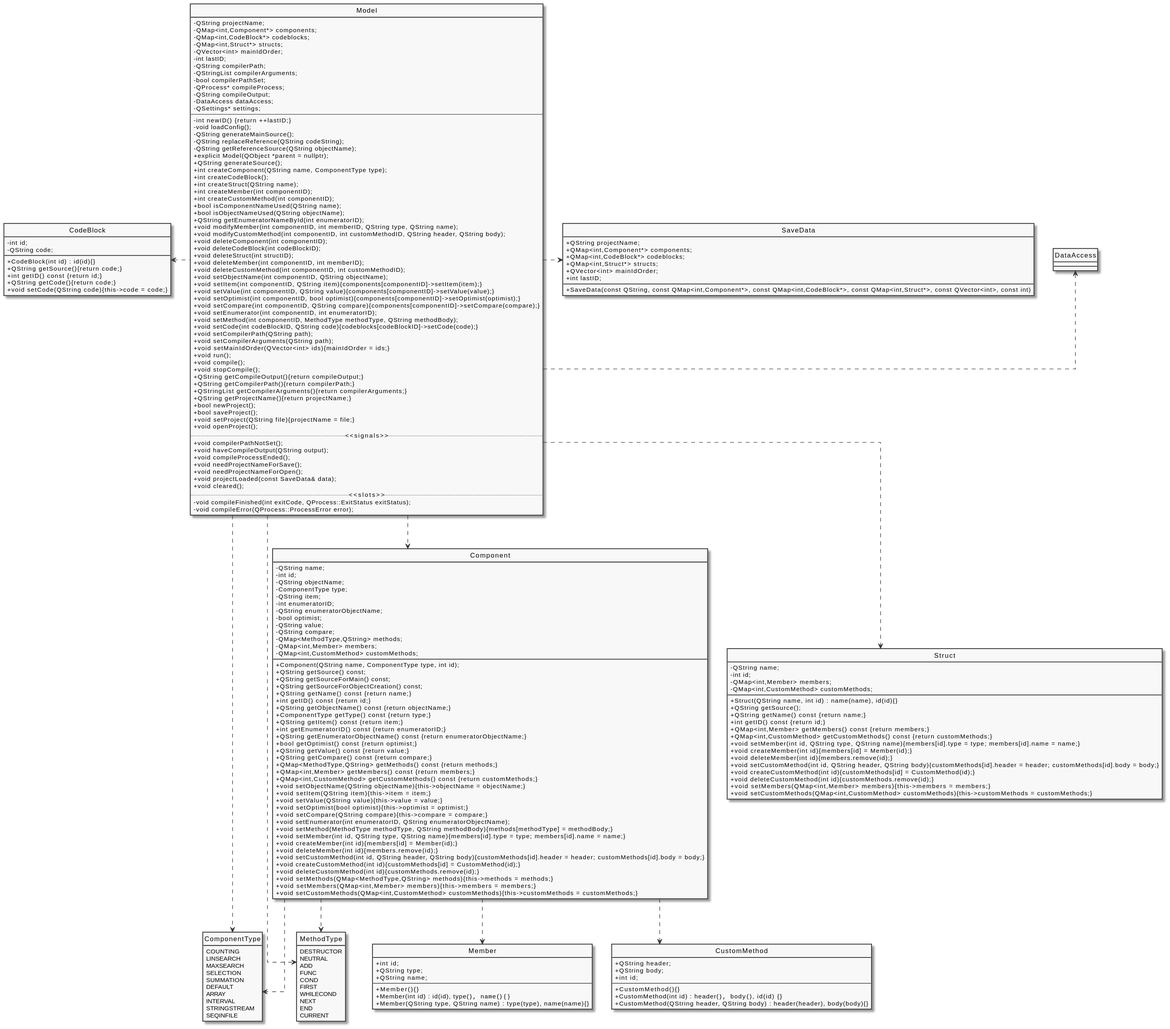
Before: diagram/docs/Model.svg, a diagram exported from PlantUML (pecku/szakdoga).
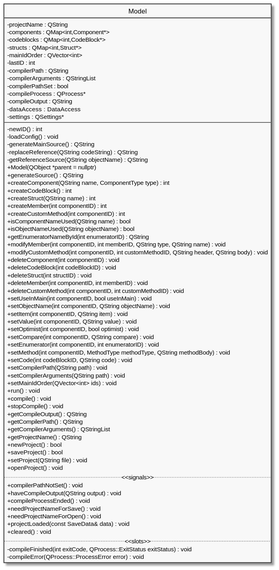
The same file after the commit.

What changed in the source:
```diff
@@ -2,241 +2,81 @@
 
 skinparam Monochrome true
 skinparam ClassAttributeIconSize 0
-skinparam linetype ortho
 hide circle
 hide enum methods
 
 class Model
 {
-    - QString projectName;
-    - QMap<int,Component*> components;
-    - QMap<int,CodeBlock*> codeblocks;
-    - QMap<int,Struct*> structs;
-    - QVector<int> mainIdOrder;
-    - int lastID;
-    - QString compilerPath;
-    - QStringList compilerArguments;
-    - bool compilerPathSet;
-    - QProcess* compileProcess;
-    - QString compileOutput;
-    - DataAccess dataAccess;
-    - QSettings* settings;
+    - projectName : QString
+    - components : QMap<int,Component*>
+    - codeblocks : QMap<int,CodeBlock*>
+    - structs : QMap<int,Struct*>
+    - mainIdOrder : QVector<int>
+    - lastID : int
+    - compilerPath : QString
+    - compilerArguments : QStringList
+    - compilerPathSet : bool
+    - compileProcess : QProcess*
+    - compileOutput : QString
+    - dataAccess : DataAccess
+    - settings : QSettings*
 --
-    - int newID() {return ++lastID;}
-    - void loadConfig();
-    - QString generateMainSource();
-    - QString replaceReference(QString codeString);
-    - QString getReferenceSource(QString objectName);
-    + explicit Model(QObject *parent = nullptr);
-    + QString generateSource();
-    + int createComponent(QString name, ComponentType type);
-    + int createCodeBlock();
-    + int createStruct(QString name);
-    + int createMember(int componentID);
-    + int createCustomMethod(int componentID);
-    + bool isComponentNameUsed(QString name);
-    + bool isObjectNameUsed(QString objectName);
-    + QString getEnumeratorNameById(int enumeratorID);
-    + void modifyMember(int componentID, int memberID, QString type, QString name);
-    + void modifyCustomMethod(int componentID, int customMethodID, QString header, QString body);
-    + void deleteComponent(int componentID);
-    + void deleteCodeBlock(int codeBlockID);
-    + void deleteStruct(int structID);
-    + void deleteMember(int componentID, int memberID);
-    + void deleteCustomMethod(int componentID, int customMethodID);
-    + void setObjectName(int componentID, QString objectName);
-    + void setItem(int componentID, QString item){components[componentID]->setItem(item);}
-    + void setValue(int componentID, QString value){components[componentID]->setValue(value);}
-    + void setOptimist(int componentID, bool optimist){components[componentID]->setOptimist(optimist);}
-    + void setCompare(int componentID, QString compare){components[componentID]->setCompare(compare);}
-    + void setEnumerator(int componentID, int enumeratorID);
-    + void setMethod(int componentID, MethodType methodType, QString methodBody);
-    + void setCode(int codeBlockID, QString code){codeblocks[codeBlockID]->setCode(code);}
-    + void setCompilerPath(QString path);
-    + void setCompilerArguments(QString path);
-    + void setMainIdOrder(QVector<int> ids){mainIdOrder = ids;}
-    + void run();
-    + void compile();
-    + void stopCompile();
-    + QString getCompileOutput(){return compileOutput;}
-    + QString getCompilerPath(){return compilerPath;}
-    + QStringList getCompilerArguments(){return compilerArguments;}
-    + QString getProjectName(){return projectName;}
-    + bool newProject();
-    + bool saveProject();
-    + void setProject(QString file){projectName = file;}
-    + void openProject();
+    - newID() : int
+    - loadConfig() : void
+    - generateMainSource() : QString
+    - replaceReference(QString codeString) : QString
+    - getReferenceSource(QString objectName) : QString
+    + Model(QObject *parent = nullptr)
+    + generateSource() : QString
+    + createComponent(QString name, ComponentType type) : int
+    + createCodeBlock() : int
+    + createStruct(QString name) : int
+    + createMember(int componentID) : int
+    + createCustomMethod(int componentID) : int
+    + isComponentNameUsed(QString name) : bool
+    + isObjectNameUsed(QString objectName) : bool
+    + getEnumeratorNameById(int enumeratorID) : QString
+    + modifyMember(int componentID, int memberID, QString type, QString name) : void
+    + modifyCustomMethod(int componentID, int customMethodID, QString header, QString body) : void
+    + deleteComponent(int componentID) : void
+    + deleteCodeBlock(int codeBlockID) : void
+    + deleteStruct(int structID) : void
+    + deleteMember(int componentID, int memberID) : void
+    + deleteCustomMethod(int componentID, int customMethodID) : void
+    + setUseInMain(int componentID, bool useInMain) : void
+    + setObjectName(int componentID, QString objectName) : void
+    + setItem(int componentID, QString item) : void
+    + setValue(int componentID, QString value) : void
+    + setOptimist(int componentID, bool optimist) : void
+    + setCompare(int componentID, QString compare) : void
+    + setEnumerator(int componentID, int enumeratorID) : void
+    + setMethod(int componentID, MethodType methodType, QString methodBody) : void
+    + setCode(int codeBlockID, QString code) : void
+    + setCompilerPath(QString path) : void
+    + setCompilerArguments(QString path) : void
+    + setMainIdOrder(QVector<int> ids) : void
+    + run() : void
+    + compile() : void
+    + stopCompile() : void
+    + getCompileOutput() : QString
+    + getCompilerPath() : QString
+    + getCompilerArguments() : QStringList
+    + getProjectName() : QString
+    + newProject() : bool
+    + saveProject() : bool
+    + setProject(QString file) : void
+    + openProject() : void
 .. <<signals>> ..
-    + void compilerPathNotSet();
-    + void haveCompileOutput(QString output);
-    + void compileProcessEnded();
-    + void needProjectNameForSave();
-    + void needProjectNameForOpen();
-    + void projectLoaded(const SaveData& data);
-    + void cleared();
+    + compilerPathNotSet() : void
+    + haveCompileOutput(QString output) : void
+    + compileProcessEnded() : void
+    + needProjectNameForSave() : void
+    + needProjectNameForOpen() : void
+    + projectLoaded(const SaveData& data) : void
+    + cleared() : void
 .. <<slots>> ..
-    - void compileFinished(int exitCode, QProcess::ExitStatus exitStatus);
-    - void compileError(QProcess::ProcessError error);
+    - compileFinished(int exitCode, QProcess::ExitStatus exitStatus) : void
+    - compileError(QProcess::ProcessError error) : void
 }
 
-enum ComponentType{
-    COUNTING
-    LINSEARCH
-    MAXSEARCH
-    SELECTION
-    SUMMATION
-    DEFAULT
-    ARRAY
-    INTERVAL
-    STRINGSTREAM
-    SEQINFILE
-}
-
-enum MethodType{
-    DESTRUCTOR
-    NEUTRAL
-    ADD
-    FUNC
-    COND
-    FIRST
-    WHILECOND
-    NEXT
-    END
-    CURRENT
-}
-
-class Member
-{
-    + int id;
-    + QString type;
-    + QString name;
---
-    + Member(){}
-    + Member(int id) : id(id), type(""), name(""){}
-    + Member(QString type, QString name) : type(type), name(name){}
-}
-
-class CustomMethod
-{
-    + QString header;
-    + QString body;
-    + int id;
---
-    + CustomMethod(){}
-    + CustomMethod(int id) : header(""), body(""), id(id) {}
-    + CustomMethod(QString header, QString body) : header(header), body(body){}
-}
-
-class Component
-{
-    - QString name;
-    - int id;
-    - QString objectName;
-    - ComponentType type;
-    - QString item;
-    - int enumeratorID;
-    - QString enumeratorObjectName;
-    - bool optimist;
-    - QString value;
-    - QString compare;
-    - QMap<MethodType,QString> methods;
-    - QMap<int,Member> members;
-    - QMap<int,CustomMethod> customMethods;
-
-    + Component(QString name, ComponentType type, int id);
-    + QString getSource() const;
-    + QString getSourceForMain() const;
-    + QString getSourceForObjectCreation() const;
-    + QString getName() const {return name;}
-    + int getID() const {return id;}
-    + QString getObjectName() const {return objectName;}
-    + ComponentType getType() const {return type;}
-    + QString getItem() const {return item;}
-    + int getEnumeratorID() const {return enumeratorID;}
-    + QString getEnumeratorObjectName() const {return enumeratorObjectName;}
-    + bool getOptimist() const {return optimist;}
-    + QString getValue() const {return value;}
-    + QString getCompare() const {return compare;}
-    + QMap<MethodType,QString> getMethods() const {return methods;}
-    + QMap<int,Member> getMembers() const {return members;}
-    + QMap<int,CustomMethod> getCustomMethods() const {return customMethods;}
-    + void setObjectName(QString objectName){this->objectName = objectName;}
-    + void setItem(QString item){this->item = item;}
-    + void setValue(QString value){this->value = value;}
-    + void setOptimist(bool optimist){this->optimist = optimist;}
-    + void setCompare(QString compare){this->compare = compare;}
-    + void setEnumerator(int enumeratorID, QString enumeratorObjectName);
-    + void setMethod(MethodType methodType, QString methodBody){methods[methodType] = methodBody;}
-    + void setMember(int id, QString type, QString name){members[id].type = type; members[id].name = name;}
-    + void createMember(int id){members[id] = Member(id);}
-    + void deleteMember(int id){members.remove(id);}
-    + void setCustomMethod(int id, QString header, QString body){customMethods[id].header = header; customMethods[id].body = body;}
-    + void createCustomMethod(int id){customMethods[id] = CustomMethod(id);}
-    + void deleteCustomMethod(int id){customMethods.remove(id);}
-    + void setMethods(QMap<MethodType,QString> methods){this->methods = methods;}
-    + void setMembers(QMap<int,Member> members){this->members = members;}
-    + void setCustomMethods(QMap<int,CustomMethod> customMethods){this->customMethods = customMethods;}
-}
-
-class CodeBlock
-{
-    - int id;
-    - QString code;
-
-    + CodeBlock(int id) : id(id){}
-    + QString getSource(){return code;}
-    + int getID() const {return id;}
-    + QString getCode(){return code;}
-    + void setCode(QString code){this->code = code;}
-}
-
-class Struct
-{
-    - QString name;
-    - int id;
-    - QMap<int,Member> members;
-    - QMap<int,CustomMethod> customMethods;
-
-    + Struct(QString name, int id) : name(name), id(id){}
-    + QString getSource();
-    + QString getName() const {return name;}
-    + int getID() const {return id;}
-    + QMap<int,Member> getMembers() const {return members;}
-    + QMap<int,CustomMethod> getCustomMethods() const {return customMethods;}
-    + void setMember(int id, QString type, QString name){members[id].type = type; members[id].name = name;}
-    + void createMember(int id){members[id] = Member(id);}
-    + void deleteMember(int id){members.remove(id);}
-    + void setCustomMethod(int id, QString header, QString body){customMethods[id].header = header; customMethods[id].body = body;}
-    + void createCustomMethod(int id){customMethods[id] = CustomMethod(id);}
-    + void deleteCustomMethod(int id){customMethods.remove(id);}
-    + void setMembers(QMap<int,Member> members){this->members = members;}
-    + void setCustomMethods(QMap<int,CustomMethod> customMethods){this->customMethods = customMethods;}
-}
-
-class SaveData
-{
-    + QString projectName;
-    + QMap<int,Component*> components;
-    + QMap<int,CodeBlock*> codeblocks;
-    + QMap<int,Struct*> structs;
-    + QVector<int> mainIdOrder;
-    + int lastID;
-
-    + SaveData(const QString, const QMap<int,Component*>, const QMap<int,CodeBlock*>, const QMap<int,Struct*>, const QVector<int>, const int)
-}
-
-Model .down.> Component
-Model .left.> CodeBlock
-Model .down.> Struct
-Model .right.> DataAccess
-Model .right.> ComponentType
-Model .right.> MethodType
-Model .right.> SaveData
-
-Component ..> ComponentType
-Component ..> MethodType
-Component ..> CustomMethod
-Component ..> Member
-
-
 @enduml
```
